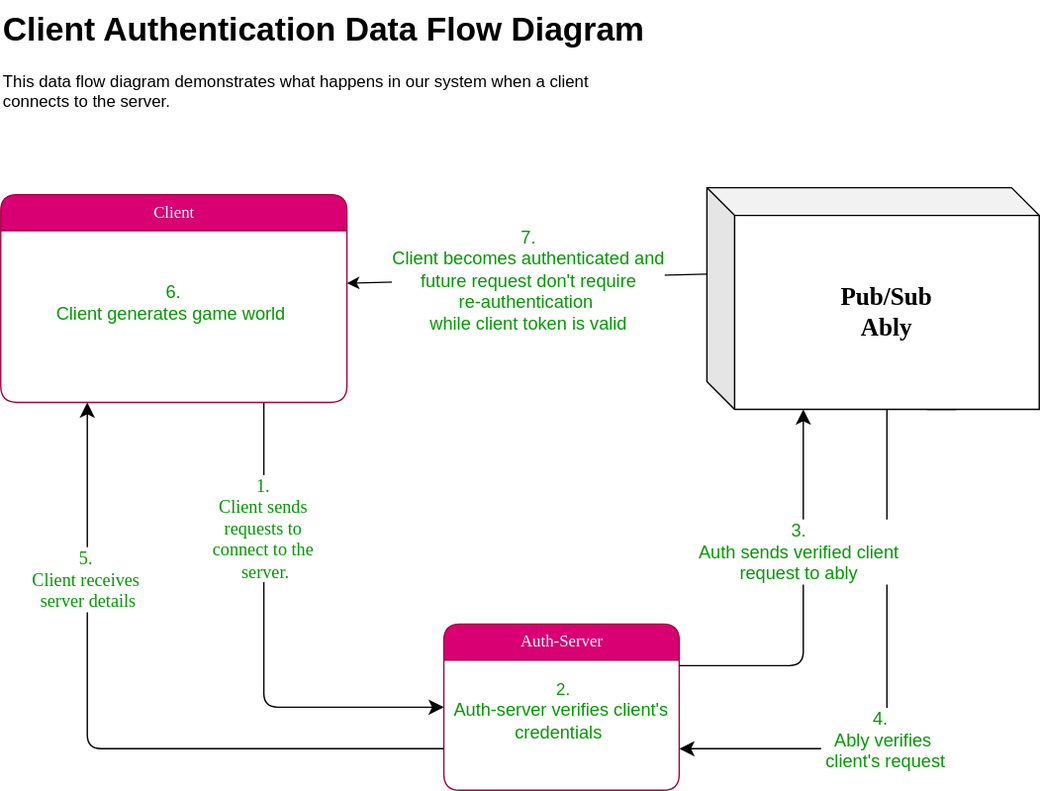
This is diagrams/authServer.drawio.svg from sloalchemist/potions, a draw.io export, as it was before one commit. Source tidied: cells renumbered, new cells last; positions are measured from the earlier drawing's top-left corner, leaving out a move shared by most shapes. Its diagram source:
```xml
<mxGraphModel>
  <root>
    <mxCell id="0" />
    <mxCell id="1" parent="0" />
    <mxCell id="2" value="Auth-Server" style="swimlane;html=1;fontStyle=0;horizontal=1;startSize=26;fillColor=#d80073;swimlaneFillColor=#ffffff;align=center;rounded=1;shadow=0;comic=0;labelBackgroundColor=none;strokeWidth=1;fontFamily=Verdana;fontSize=12;fontColor=#ffffff;strokeColor=#A50040;" parent="1" vertex="1">
      <mxGeometry x="320" y="450" width="170" height="120" as="geometry" />
    </mxCell>
    <mxCell id="3" value="&lt;font style=&quot;color: rgb(0, 153, 0);&quot;&gt;&amp;nbsp;2.&lt;/font&gt;&lt;div&gt;&lt;font style=&quot;color: rgb(0, 153, 0); font-size: 13px;&quot;&gt;Auth-server verifies client's credentials&amp;nbsp;&lt;/font&gt;&lt;/div&gt;" style="text;html=1;align=center;verticalAlign=middle;whiteSpace=wrap;rounded=0;" parent="2" vertex="1">
      <mxGeometry y="26" width="170" height="74" as="geometry" />
    </mxCell>
    <mxCell id="4" style="edgeStyle=orthogonalEdgeStyle;html=1;exitX=0;exitY=0.75;labelBackgroundColor=none;startFill=0;startSize=8;endFill=1;endSize=8;fontFamily=Verdana;fontSize=12;exitDx=0;exitDy=0;entryX=0.25;entryY=1;entryDx=0;entryDy=0;" parent="1" edge="1" source="2" target="14">
      <mxGeometry relative="1" as="geometry" />
    </mxCell>
    <mxCell id="5" value="&lt;font style=&quot;color: rgb(0, 153, 0); font-size: 13px;&quot; face=&quot;Verdana&quot;&gt;5.&amp;nbsp;&lt;/font&gt;&lt;div&gt;&lt;font style=&quot;color: rgb(0, 153, 0); font-size: 13px;&quot; face=&quot;Verdana&quot;&gt;Client receives&amp;nbsp;&lt;/font&gt;&lt;div&gt;&lt;font style=&quot;color: rgb(0, 153, 0); font-size: 13px;&quot; face=&quot;Verdana&quot;&gt;server details&lt;/font&gt;&lt;/div&gt;&lt;/div&gt;" style="edgeLabel;html=1;align=center;verticalAlign=middle;" parent="4" vertex="1">
      <mxGeometry x="0.53" y="-1" relative="1" as="geometry">
        <mxPoint x="-1" y="8" as="offset" />
      </mxGeometry>
    </mxCell>
    <mxCell id="6" style="edgeStyle=orthogonalEdgeStyle;html=1;labelBackgroundColor=none;startFill=0;startSize=8;endFill=1;endSize=8;fontFamily=Verdana;fontSize=12;entryX=0;entryY=0.5;entryDx=0;entryDy=0;" parent="1" edge="1" target="2">
      <mxGeometry relative="1" as="geometry">
        <mxPoint x="190" y="280" as="sourcePoint" />
        <Array as="points">
          <mxPoint x="190" y="510" />
        </Array>
      </mxGeometry>
    </mxCell>
    <mxCell id="7" value="&lt;font style=&quot;color: rgb(0, 153, 0); font-size: 13px;&quot; face=&quot;Verdana&quot;&gt;1.&amp;nbsp;&lt;/font&gt;&lt;div&gt;&lt;font style=&quot;color: rgb(0, 153, 0); font-size: 13px;&quot; face=&quot;Verdana&quot;&gt;Client sends&amp;nbsp;&lt;/font&gt;&lt;div&gt;&lt;font style=&quot;color: rgb(0, 153, 0); font-size: 13px;&quot;&gt;&lt;font face=&quot;Verdana&quot;&gt;requests&lt;/font&gt;&lt;span style=&quot;font-family: Verdana; background-color: light-dark(#ffffff, var(--ge-dark-color, #121212));&quot;&gt;&amp;nbsp;to&amp;nbsp;&lt;/span&gt;&lt;/font&gt;&lt;/div&gt;&lt;div&gt;&lt;div&gt;&lt;font style=&quot;color: rgb(0, 153, 0); font-size: 13px;&quot; face=&quot;Verdana&quot;&gt;connect&amp;nbsp;&lt;span style=&quot;background-color: light-dark(#ffffff, var(--ge-dark-color, #121212));&quot;&gt;to the&amp;nbsp;&lt;/span&gt;&lt;/font&gt;&lt;/div&gt;&lt;div&gt;&lt;font style=&quot;color: rgb(0, 153, 0); font-size: 13px;&quot; face=&quot;Verdana&quot;&gt;&lt;span style=&quot;background-color: light-dark(#ffffff, var(--ge-dark-color, #121212));&quot;&gt;server.&lt;/span&gt;&lt;/font&gt;&lt;/div&gt;&lt;/div&gt;&lt;/div&gt;" style="edgeLabel;html=1;align=center;verticalAlign=middle;" parent="6" vertex="1">
      <mxGeometry x="-0.46" relative="1" as="geometry">
        <mxPoint y="3" as="offset" />
      </mxGeometry>
    </mxCell>
    <mxCell id="8" style="edgeStyle=orthogonalEdgeStyle;html=1;labelBackgroundColor=none;startFill=0;startSize=8;endFill=1;endSize=8;fontFamily=Verdana;fontSize=12;entryX=1;entryY=0.75;entryDx=0;entryDy=0;exitX=0.75;exitY=1;exitDx=0;exitDy=0;exitPerimeter=0;" parent="1" edge="1" source="16" target="2">
      <mxGeometry relative="1" as="geometry">
        <Array as="points">
          <mxPoint x="660" y="280" />
          <mxPoint x="640" y="280" />
          <mxPoint x="640" y="540" />
        </Array>
      </mxGeometry>
    </mxCell>
    <mxCell id="9" value="&lt;font style=&quot;font-size: 13px; color: rgb(0, 153, 0);&quot;&gt;4.&amp;nbsp;&lt;/font&gt;&lt;div&gt;&lt;font style=&quot;font-size: 13px; color: rgb(0, 153, 0);&quot;&gt;Ably verifies&lt;/font&gt;&lt;/div&gt;&lt;div&gt;&lt;font style=&quot;font-size: 13px; color: rgb(0, 153, 0);&quot;&gt;&amp;nbsp;client's request&lt;/font&gt;&lt;/div&gt;" style="edgeLabel;html=1;align=center;verticalAlign=middle;" parent="8" vertex="1">
      <mxGeometry x="0.34" y="-4" relative="1" as="geometry" />
    </mxCell>
    <mxCell id="10" style="edgeStyle=orthogonalEdgeStyle;html=1;labelBackgroundColor=none;startFill=0;startSize=8;endFill=1;endSize=8;fontFamily=Verdana;fontSize=12;exitX=1;exitY=0.25;exitDx=0;exitDy=0;entryX=0.29;entryY=1;entryDx=0;entryDy=0;entryPerimeter=0;" parent="1" edge="1" source="2" target="16">
      <mxGeometry relative="1" as="geometry" />
    </mxCell>
    <mxCell id="11" value="&lt;font style=&quot;color: rgb(0, 153, 0); font-size: 13px;&quot;&gt;3.&amp;nbsp;&lt;/font&gt;&lt;div&gt;&lt;font style=&quot;color: rgb(0, 153, 0); font-size: 13px;&quot;&gt;Auth sends verified client&amp;nbsp;&lt;/font&gt;&lt;/div&gt;&lt;div&gt;&lt;font style=&quot;color: rgb(0, 153, 0); font-size: 13px;&quot;&gt;request to ably&amp;nbsp;&lt;/font&gt;&lt;/div&gt;" style="edgeLabel;html=1;align=center;verticalAlign=middle;" parent="10" vertex="1">
      <mxGeometry x="0.25" y="2" relative="1" as="geometry" />
    </mxCell>
    <mxCell id="12" style="endArrow=classic;html=1;rounded=0;exitX=0;exitY=0.39;exitDx=0;exitDy=0;entryX=1;entryY=0.365;entryDx=0;entryDy=0;entryPerimeter=0;exitPerimeter=0;" parent="1" edge="1" source="16">
      <mxGeometry relative="1" as="geometry">
        <mxPoint x="250" y="204" as="targetPoint" />
      </mxGeometry>
    </mxCell>
    <mxCell id="13" value="&lt;font style=&quot;font-size: 13px; color: rgb(0, 153, 0);&quot;&gt;7.&lt;/font&gt;&lt;div&gt;&lt;font style=&quot;font-size: 13px; color: rgb(0, 153, 0);&quot;&gt;Client becomes authenticated and&lt;/font&gt;&lt;/div&gt;&lt;div&gt;&lt;font style=&quot;font-size: 13px; color: rgb(0, 153, 0);&quot;&gt;&amp;nbsp;future request&amp;nbsp;&lt;span style=&quot;background-color: light-dark(#ffffff, var(--ge-dark-color, #121212));&quot;&gt;don't require&amp;nbsp;&lt;/span&gt;&lt;/font&gt;&lt;/div&gt;&lt;div&gt;&lt;span style=&quot;background-color: light-dark(#ffffff, var(--ge-dark-color, #121212));&quot;&gt;&lt;font style=&quot;font-size: 13px; color: rgb(0, 153, 0);&quot;&gt;re-authentication&amp;nbsp;&lt;/font&gt;&lt;/span&gt;&lt;/div&gt;&lt;div&gt;&lt;font style=&quot;font-size: 13px; color: rgb(0, 153, 0);&quot;&gt;while client token is valid&lt;/font&gt;&lt;/div&gt;" style="edgeLabel;html=1;align=center;verticalAlign=middle;" parent="12" vertex="1">
      <mxGeometry x="0.13" relative="1" as="geometry">
        <mxPoint x="17" as="offset" />
      </mxGeometry>
    </mxCell>
    <mxCell id="14" value="Client" style="swimlane;html=1;fontStyle=0;horizontal=1;startSize=26;fillColor=#d80073;swimlaneFillColor=#ffffff;align=center;rounded=1;shadow=0;comic=0;labelBackgroundColor=none;strokeWidth=1;fontFamily=Verdana;fontSize=12;fontColor=#ffffff;strokeColor=#A50040;" parent="1" vertex="1">
      <mxGeometry y="140" width="250" height="150" as="geometry" />
    </mxCell>
    <mxCell id="15" value="&lt;font style=&quot;font-size: 13px; color: rgb(0, 153, 0);&quot;&gt;6.&lt;/font&gt;&lt;div&gt;&lt;font style=&quot;font-size: 13px; color: rgb(0, 153, 0);&quot;&gt;Client generates game world&amp;nbsp;&lt;/font&gt;&lt;/div&gt;" style="text;html=1;align=center;verticalAlign=middle;whiteSpace=wrap;rounded=0;" parent="14" vertex="1">
      <mxGeometry y="26" width="250" height="104" as="geometry" />
    </mxCell>
    <mxCell id="16" value="&lt;h2&gt;&lt;font face=&quot;Verdana&quot;&gt;Pub/Sub&lt;br&gt;Ably&lt;/font&gt;&lt;/h2&gt;" style="shape=cube;whiteSpace=wrap;html=1;boundedLbl=1;backgroundOutline=1;darkOpacity=0.05;darkOpacity2=0.1;points=[[0,0,0,0,0],[0,0,0,0,120],[0,0,0,10,130],[0,0,0,20,140],[0,0,0,110,0],[0,0,0,220,0],[0,0,0,230,10],[0,0,0,240,20],[0,0,0,240,80],[0,0.11,0,0,0],[0,0.25,0,0,0],[0,0.39,0,0,0],[0,0.5,0,0,0],[0,0.59,0,0,0],[0,0.68,0,0,0],[0,0.76,0,0,0],[0.2,1,0,0,0],[0.29,1,0,0,0],[0.4,1,0,0,0],[0.5,1,0,0,0],[0.63,1,0,0,0],[0.75,1,0,0,0],[0.88,1,0,0,0],[1,1,0,0,0]];" parent="1" vertex="1">
      <mxGeometry x="510" y="135" width="240" height="160" as="geometry" />
    </mxCell>
    <mxCell id="17" value="&lt;h1 style=&quot;margin-top: 0px;&quot;&gt;Client Authentication Data Flow Diagram&lt;/h1&gt;&lt;p&gt;This data flow diagram demonstrates what happens in our system when a client connects to the server.&lt;/p&gt;" style="text;html=1;whiteSpace=wrap;overflow=hidden;rounded=0;" parent="1" vertex="1">
      <mxGeometry width="470" height="120" as="geometry" />
    </mxCell>
  </root>
</mxGraphModel>
```
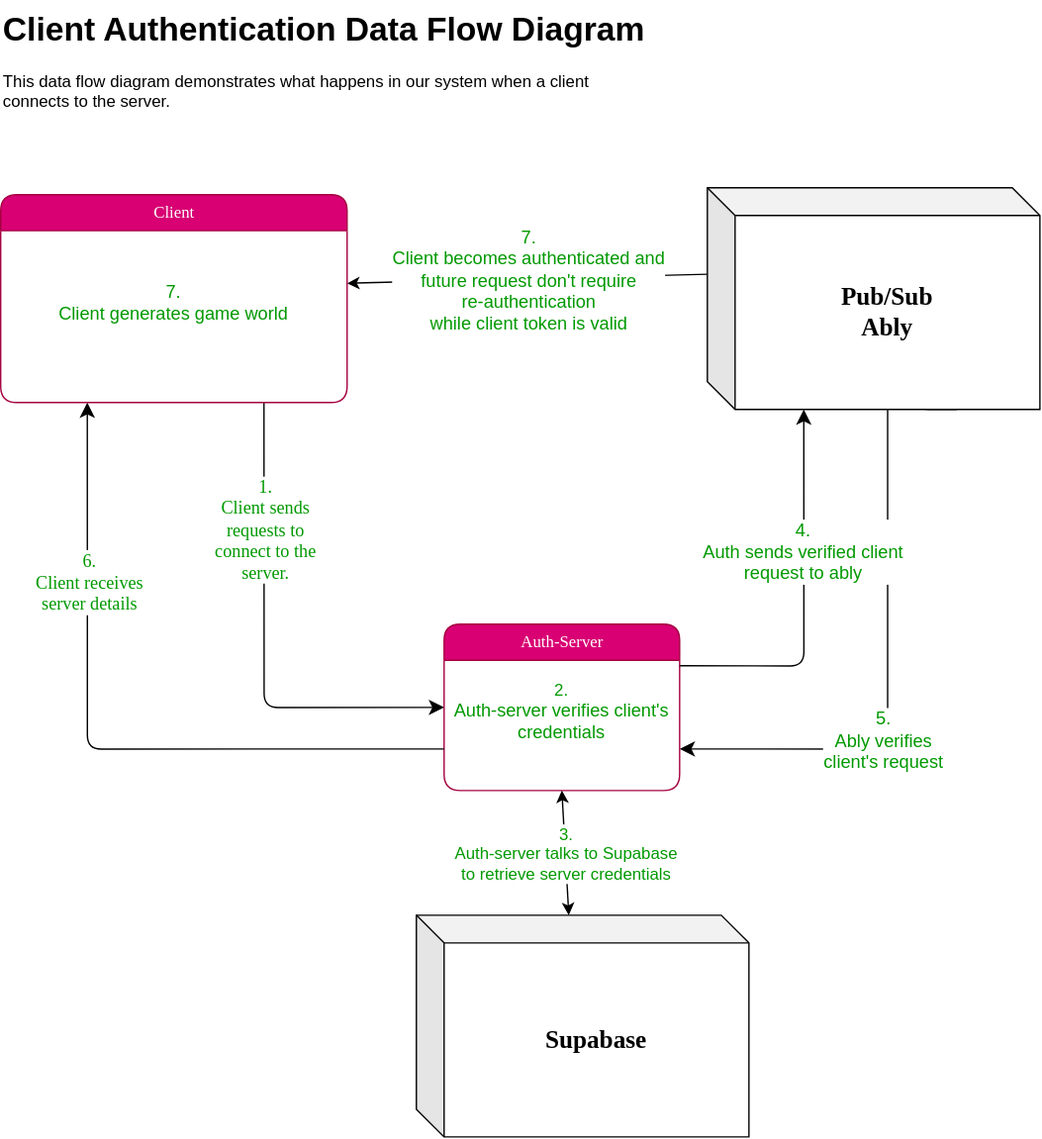
After the commit.

Commit message:
doc: updated with supabase details

What changed in the source:
```diff
@@ -11,7 +11,7 @@
     <mxCell id="4" style="edgeStyle=orthogonalEdgeStyle;html=1;exitX=0;exitY=0.75;labelBackgroundColor=none;startFill=0;startSize=8;endFill=1;endSize=8;fontFamily=Verdana;fontSize=12;exitDx=0;exitDy=0;entryX=0.25;entryY=1;entryDx=0;entryDy=0;" parent="1" edge="1" source="2" target="14">
       <mxGeometry relative="1" as="geometry" />
     </mxCell>
-    <mxCell id="5" value="&lt;font style=&quot;color: rgb(0, 153, 0); font-size: 13px;&quot; face=&quot;Verdana&quot;&gt;5.&amp;nbsp;&lt;/font&gt;&lt;div&gt;&lt;font style=&quot;color: rgb(0, 153, 0); font-size: 13px;&quot; face=&quot;Verdana&quot;&gt;Client receives&amp;nbsp;&lt;/font&gt;&lt;div&gt;&lt;font style=&quot;color: rgb(0, 153, 0); font-size: 13px;&quot; face=&quot;Verdana&quot;&gt;server details&lt;/font&gt;&lt;/div&gt;&lt;/div&gt;" style="edgeLabel;html=1;align=center;verticalAlign=middle;" parent="4" vertex="1">
+    <mxCell id="5" value="&lt;font style=&quot;color: rgb(0, 153, 0); font-size: 13px;&quot; face=&quot;Verdana&quot;&gt;6.&amp;nbsp;&lt;/font&gt;&lt;div&gt;&lt;font style=&quot;color: rgb(0, 153, 0); font-size: 13px;&quot; face=&quot;Verdana&quot;&gt;Client receives&amp;nbsp;&lt;/font&gt;&lt;div&gt;&lt;font style=&quot;color: rgb(0, 153, 0); font-size: 13px;&quot; face=&quot;Verdana&quot;&gt;server details&lt;/font&gt;&lt;/div&gt;&lt;/div&gt;" style="edgeLabel;html=1;align=center;verticalAlign=middle;" parent="4" vertex="1">
       <mxGeometry x="0.53" y="-1" relative="1" as="geometry">
         <mxPoint x="-1" y="8" as="offset" />
       </mxGeometry>
@@ -38,13 +38,13 @@
         </Array>
       </mxGeometry>
     </mxCell>
-    <mxCell id="9" value="&lt;font style=&quot;font-size: 13px; color: rgb(0, 153, 0);&quot;&gt;4.&amp;nbsp;&lt;/font&gt;&lt;div&gt;&lt;font style=&quot;font-size: 13px; color: rgb(0, 153, 0);&quot;&gt;Ably verifies&lt;/font&gt;&lt;/div&gt;&lt;div&gt;&lt;font style=&quot;font-size: 13px; color: rgb(0, 153, 0);&quot;&gt;&amp;nbsp;client's request&lt;/font&gt;&lt;/div&gt;" style="edgeLabel;html=1;align=center;verticalAlign=middle;" parent="8" vertex="1">
+    <mxCell id="9" value="&lt;font style=&quot;font-size: 13px; color: rgb(0, 153, 0);&quot;&gt;5.&amp;nbsp;&lt;/font&gt;&lt;div&gt;&lt;font style=&quot;font-size: 13px; color: rgb(0, 153, 0);&quot;&gt;Ably verifies&lt;/font&gt;&lt;/div&gt;&lt;div&gt;&lt;font style=&quot;font-size: 13px; color: rgb(0, 153, 0);&quot;&gt;&amp;nbsp;client's request&lt;/font&gt;&lt;/div&gt;" style="edgeLabel;html=1;align=center;verticalAlign=middle;" parent="8" vertex="1">
       <mxGeometry x="0.34" y="-4" relative="1" as="geometry" />
     </mxCell>
     <mxCell id="10" style="edgeStyle=orthogonalEdgeStyle;html=1;labelBackgroundColor=none;startFill=0;startSize=8;endFill=1;endSize=8;fontFamily=Verdana;fontSize=12;exitX=1;exitY=0.25;exitDx=0;exitDy=0;entryX=0.29;entryY=1;entryDx=0;entryDy=0;entryPerimeter=0;" parent="1" edge="1" source="2" target="16">
       <mxGeometry relative="1" as="geometry" />
     </mxCell>
-    <mxCell id="11" value="&lt;font style=&quot;color: rgb(0, 153, 0); font-size: 13px;&quot;&gt;3.&amp;nbsp;&lt;/font&gt;&lt;div&gt;&lt;font style=&quot;color: rgb(0, 153, 0); font-size: 13px;&quot;&gt;Auth sends verified client&amp;nbsp;&lt;/font&gt;&lt;/div&gt;&lt;div&gt;&lt;font style=&quot;color: rgb(0, 153, 0); font-size: 13px;&quot;&gt;request to ably&amp;nbsp;&lt;/font&gt;&lt;/div&gt;" style="edgeLabel;html=1;align=center;verticalAlign=middle;" parent="10" vertex="1">
+    <mxCell id="11" value="&lt;font style=&quot;color: rgb(0, 153, 0); font-size: 13px;&quot;&gt;4.&amp;nbsp;&lt;/font&gt;&lt;div&gt;&lt;font style=&quot;color: rgb(0, 153, 0); font-size: 13px;&quot;&gt;Auth sends verified client&amp;nbsp;&lt;/font&gt;&lt;/div&gt;&lt;div&gt;&lt;font style=&quot;color: rgb(0, 153, 0); font-size: 13px;&quot;&gt;request to ably&amp;nbsp;&lt;/font&gt;&lt;/div&gt;" style="edgeLabel;html=1;align=center;verticalAlign=middle;" parent="10" vertex="1">
       <mxGeometry x="0.25" y="2" relative="1" as="geometry" />
     </mxCell>
     <mxCell id="12" style="endArrow=classic;html=1;rounded=0;exitX=0;exitY=0.39;exitDx=0;exitDy=0;entryX=1;entryY=0.365;entryDx=0;entryDy=0;entryPerimeter=0;exitPerimeter=0;" parent="1" edge="1" source="16">
@@ -60,7 +60,7 @@
     <mxCell id="14" value="Client" style="swimlane;html=1;fontStyle=0;horizontal=1;startSize=26;fillColor=#d80073;swimlaneFillColor=#ffffff;align=center;rounded=1;shadow=0;comic=0;labelBackgroundColor=none;strokeWidth=1;fontFamily=Verdana;fontSize=12;fontColor=#ffffff;strokeColor=#A50040;" parent="1" vertex="1">
       <mxGeometry y="140" width="250" height="150" as="geometry" />
     </mxCell>
-    <mxCell id="15" value="&lt;font style=&quot;font-size: 13px; color: rgb(0, 153, 0);&quot;&gt;6.&lt;/font&gt;&lt;div&gt;&lt;font style=&quot;font-size: 13px; color: rgb(0, 153, 0);&quot;&gt;Client generates game world&amp;nbsp;&lt;/font&gt;&lt;/div&gt;" style="text;html=1;align=center;verticalAlign=middle;whiteSpace=wrap;rounded=0;" parent="14" vertex="1">
+    <mxCell id="15" value="&lt;font style=&quot;font-size: 13px; color: rgb(0, 153, 0);&quot;&gt;7.&lt;/font&gt;&lt;div&gt;&lt;font style=&quot;font-size: 13px; color: rgb(0, 153, 0);&quot;&gt;Client generates game world&amp;nbsp;&lt;/font&gt;&lt;/div&gt;" style="text;html=1;align=center;verticalAlign=middle;whiteSpace=wrap;rounded=0;" parent="14" vertex="1">
       <mxGeometry y="26" width="250" height="104" as="geometry" />
     </mxCell>
     <mxCell id="16" value="&lt;h2&gt;&lt;font face=&quot;Verdana&quot;&gt;Pub/Sub&lt;br&gt;Ably&lt;/font&gt;&lt;/h2&gt;" style="shape=cube;whiteSpace=wrap;html=1;boundedLbl=1;backgroundOutline=1;darkOpacity=0.05;darkOpacity2=0.1;points=[[0,0,0,0,0],[0,0,0,0,120],[0,0,0,10,130],[0,0,0,20,140],[0,0,0,110,0],[0,0,0,220,0],[0,0,0,230,10],[0,0,0,240,20],[0,0,0,240,80],[0,0.11,0,0,0],[0,0.25,0,0,0],[0,0.39,0,0,0],[0,0.5,0,0,0],[0,0.59,0,0,0],[0,0.68,0,0,0],[0,0.76,0,0,0],[0.2,1,0,0,0],[0.29,1,0,0,0],[0.4,1,0,0,0],[0.5,1,0,0,0],[0.63,1,0,0,0],[0.75,1,0,0,0],[0.88,1,0,0,0],[1,1,0,0,0]];" parent="1" vertex="1">
@@ -69,5 +69,11 @@
     <mxCell id="17" value="&lt;h1 style=&quot;margin-top: 0px;&quot;&gt;Client Authentication Data Flow Diagram&lt;/h1&gt;&lt;p&gt;This data flow diagram demonstrates what happens in our system when a client connects to the server.&lt;/p&gt;" style="text;html=1;whiteSpace=wrap;overflow=hidden;rounded=0;" parent="1" vertex="1">
       <mxGeometry width="470" height="120" as="geometry" />
     </mxCell>
+    <mxCell id="18" value="&lt;h2&gt;&lt;font face=&quot;Verdana&quot;&gt;Supabase&lt;/font&gt;&lt;/h2&gt;" style="shape=cube;whiteSpace=wrap;html=1;boundedLbl=1;backgroundOutline=1;darkOpacity=0.05;darkOpacity2=0.1;points=[[0,0,0,0,0],[0,0,0,0,120],[0,0,0,10,130],[0,0,0,20,140],[0,0,0,110,0],[0,0,0,220,0],[0,0,0,230,10],[0,0,0,240,20],[0,0,0,240,80],[0,0.11,0,0,0],[0,0.25,0,0,0],[0,0.39,0,0,0],[0,0.5,0,0,0],[0,0.59,0,0,0],[0,0.68,0,0,0],[0,0.76,0,0,0],[0.2,1,0,0,0],[0.29,1,0,0,0],[0.4,1,0,0,0],[0.5,1,0,0,0],[0.63,1,0,0,0],[0.75,1,0,0,0],[0.88,1,0,0,0],[1,1,0,0,0]];" parent="1" vertex="1">
+      <mxGeometry x="300" y="660" width="240" height="160" as="geometry" />
+    </mxCell>
+    <mxCell id="19" value="&lt;div&gt;&lt;font style=&quot;font-size: 12px; color: rgb(0, 153, 0);&quot;&gt;3.&lt;/font&gt;&lt;/div&gt;&lt;font style=&quot;font-size: 12px; color: rgb(0, 153, 0);&quot;&gt;Auth-server talks to Supabase&lt;/font&gt;&lt;div&gt;&lt;font style=&quot;font-size: 12px; color: rgb(0, 153, 0);&quot;&gt;&amp;nbsp;to retrieve server credentials&lt;/font&gt;&lt;/div&gt;" style="endArrow=classic;startArrow=classic;html=1;rounded=0;entryX=0.5;entryY=1;entryDx=0;entryDy=0;exitX=0;exitY=0;exitDx=110;exitDy=0;exitPerimeter=0;" parent="1" edge="1" source="18" target="2">
+      <mxGeometry relative="1" as="geometry" />
+    </mxCell>
   </root>
 </mxGraphModel>
```
